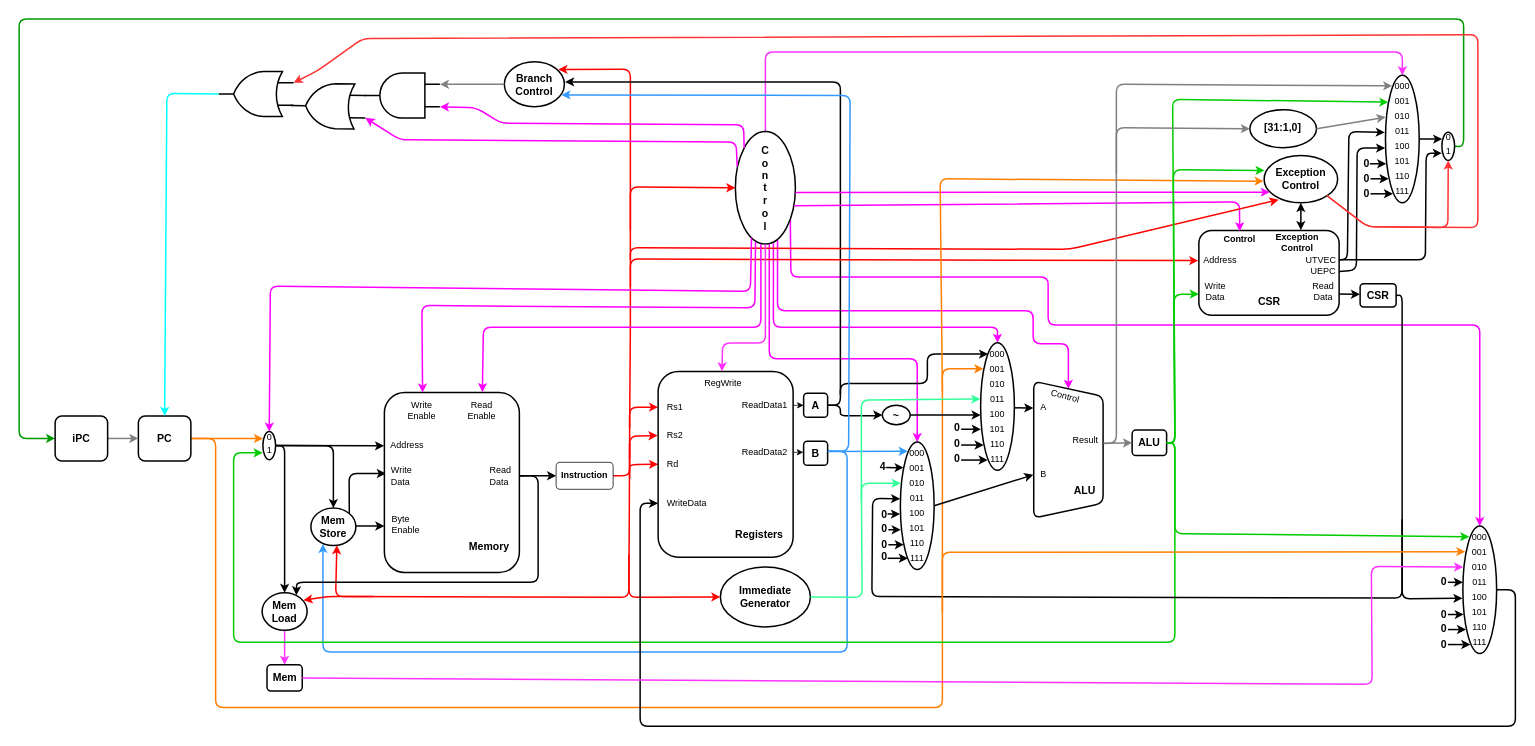
Above: page "RV32I e RV32IM" (1 of 2) of images/diagrams/multicycle.drawio in arthurbeggs/monografia (draw.io), before the change. Source tidied: cells renumbered, new cells numbered last; positions are measured from the earlier drawing's top-left corner, leaving out a move shared by most shapes. Both pictures are drawn from the tidied source at 75%, with x=0, y=0 at pixel (19, 19).
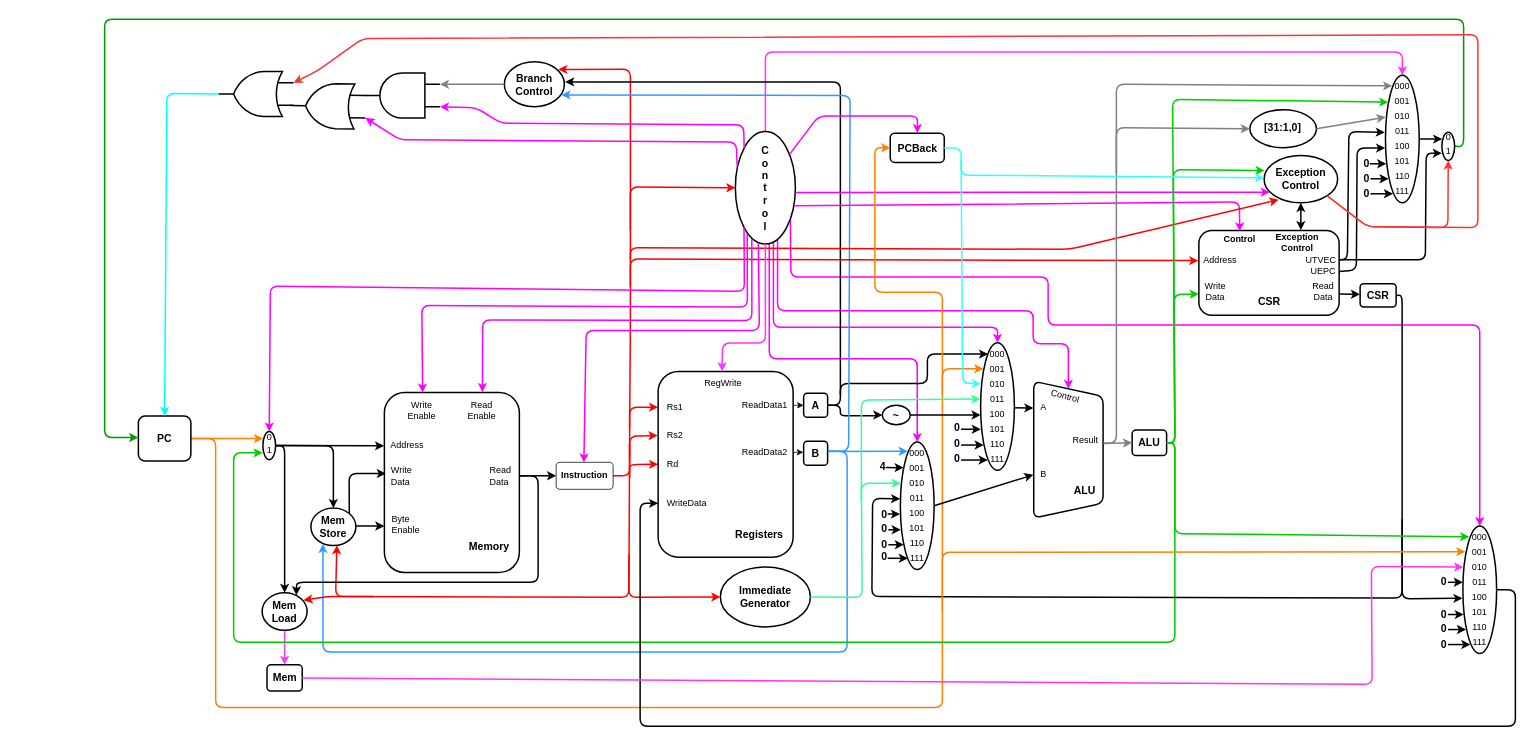
Above is the later version.

Unchanged cells that the change refers to:
```xml
<mxCell id="6" value="&lt;b&gt;&lt;font style=&quot;font-size: 14px&quot;&gt;PC&lt;/font&gt;&lt;/b&gt;" style="rounded=1;whiteSpace=wrap;html=1;strokeWidth=2;" parent="1" vertex="1">
  <mxGeometry x="159" y="529.1" width="70" height="60" as="geometry" />
</mxCell>
<mxCell id="15" value="&lt;font style=&quot;font-size: 14px&quot;&gt;&lt;b&gt;C&lt;br&gt;o&lt;br&gt;n&lt;br&gt;t&lt;br&gt;r&lt;br&gt;o&lt;br&gt;l&lt;br&gt;&lt;/b&gt;&lt;/font&gt;" style="ellipse;whiteSpace=wrap;html=1;strokeWidth=2;rotation=0;" parent="1" vertex="1">
  <mxGeometry x="955" y="149.9" width="80" height="150" as="geometry" />
</mxCell>
<mxCell id="105" value="&lt;b style=&quot;font-size: 14px&quot;&gt;Exception&lt;br&gt;Control&lt;/b&gt;" style="ellipse;whiteSpace=wrap;html=1;strokeWidth=2;" parent="1" vertex="1">
  <mxGeometry x="1660" y="181.9" width="98" height="63" as="geometry" />
</mxCell>
<mxCell id="110" style="ellipse;whiteSpace=wrap;html=1;strokeWidth=2;" parent="109" vertex="1">
  <mxGeometry width="17" height="37.5" as="geometry" />
</mxCell>
<mxCell id="117" style="rounded=1;whiteSpace=wrap;html=1;strokeWidth=2;align=left;" parent="116" vertex="1">
  <mxGeometry width="180" height="240" as="geometry" />
</mxCell>
<mxCell id="126" style="ellipse;whiteSpace=wrap;html=1;strokeWidth=2;" parent="125" vertex="1">
  <mxGeometry width="17" height="37.5" as="geometry" />
</mxCell>
<mxCell id="132" style="rounded=1;whiteSpace=wrap;html=1;" parent="131" vertex="1">
  <mxGeometry width="76" height="36" as="geometry" />
</mxCell>
```

What changed in the source:
```diff
@@
-    <mxCell id="82" style="edgeStyle=orthogonalEdgeStyle;rounded=1;jettySize=auto;html=1;strokeWidth=2;strokeColor=#009900;exitX=1;exitY=0.5;exitDx=0;exitDy=0;entryX=0;entryY=0.5;entryDx=0;entryDy=0;" parent="1" edge="1" source="110" target="202">
+    <mxCell id="82" style="edgeStyle=orthogonalEdgeStyle;rounded=1;jettySize=auto;html=1;strokeWidth=2;strokeColor=#009900;exitX=1;exitY=0.5;exitDx=0;exitDy=0;entryX=-0.004;entryY=0.479;entryDx=0;entryDy=0;entryPerimeter=0;" parent="1" edge="1" source="110" target="6">
       <mxGeometry relative="1" as="geometry">
         <Array as="points">
-          <mxPoint x="1926" y="169.9" />
-          <mxPoint x="1926" y="-0.1" />
-          <mxPoint y="-0.1" />
-          <mxPoint y="558.9" />
+          <mxPoint x="1926" y="170" />
+          <mxPoint x="1926" />
+          <mxPoint x="114" />
+          <mxPoint x="114" y="558" />
         </Array>
       </mxGeometry>
     </mxCell>
@@
-    <mxCell id="146" style="endArrow=classic;html=1;strokeWidth=2;strokeColor=#FF00FF;entryX=0.726;entryY=-0.002;entryDx=0;entryDy=0;entryPerimeter=0;exitX=0.425;exitY=1;exitDx=0;exitDy=0;exitPerimeter=0;" parent="1" edge="1" source="15" target="117">
+    <mxCell id="146" style="endArrow=classic;html=1;strokeWidth=2;strokeColor=#FF00FF;entryX=0.726;entryY=-0.002;entryDx=0;entryDy=0;entryPerimeter=0;exitX=0.274;exitY=0.953;exitDx=0;exitDy=0;exitPerimeter=0;" parent="1" edge="1" source="15" target="117">
       <mxGeometry relative="1" as="geometry">
         <Array as="points">
-          <mxPoint x="989" y="410.9" />
-          <mxPoint x="619" y="410.9" />
+          <mxPoint x="977" y="402" />
+          <mxPoint x="618" y="401" />
         </Array>
       </mxGeometry>
     </mxCell>
-    <mxCell id="147" style="endArrow=classic;html=1;strokeWidth=2;entryX=0.283;entryY=0;entryDx=0;entryDy=0;entryPerimeter=0;exitX=0.336;exitY=0.979;exitDx=0;exitDy=0;exitPerimeter=0;strokeColor=#FF00FF;" parent="1" edge="1" source="15" target="117">
+    <mxCell id="147" style="endArrow=classic;html=1;strokeWidth=2;entryX=0.283;entryY=0;entryDx=0;entryDy=0;entryPerimeter=0;exitX=0.197;exitY=0.904;exitDx=0;exitDy=0;exitPerimeter=0;strokeColor=#FF00FF;" parent="1" edge="1" source="15" target="117">
       <mxGeometry relative="1" as="geometry">
         <Array as="points">
-          <mxPoint x="981" y="384.9" />
+          <mxPoint x="971" y="384" />
           <mxPoint x="537" y="381.9" />
         </Array>
       </mxGeometry>
     </mxCell>
@@
-    <mxCell id="191" style="endArrow=classic;html=1;strokeWidth=2;strokeColor=#FF8000;entryX=-0.006;entryY=0.543;entryDx=0;entryDy=0;entryPerimeter=0;" parent="1" edge="1" target="105">
-      <mxGeometry relative="1" as="geometry">
-        <mxPoint x="1231" y="496.9" as="sourcePoint" />
-        <Array as="points">
-          <mxPoint x="1228" y="212.9" />
-        </Array>
-      </mxGeometry>
-    </mxCell>
@@
-    <mxCell id="201" style="edgeStyle=orthogonalEdgeStyle;rounded=0;jettySize=auto;html=1;entryX=0;entryY=0.5;entryDx=0;entryDy=0;strokeColor=#808080;strokeWidth=2;" parent="1" edge="1" source="202" target="6">
-      <mxGeometry relative="1" as="geometry" />
-    </mxCell>
-    <mxCell id="202" value="&lt;b&gt;&lt;font style=&quot;font-size: 14px&quot;&gt;iPC&lt;/font&gt;&lt;/b&gt;" style="rounded=1;whiteSpace=wrap;html=1;strokeWidth=2;" parent="1" vertex="1">
-      <mxGeometry x="48" y="529.1" width="70" height="60" as="geometry" />
-    </mxCell>
@@
-    <mxCell id="215" style="endArrow=classic;html=1;strokeColor=#FF00FF;strokeWidth=2;exitX=0.269;exitY=0.945;exitDx=0;exitDy=0;exitPerimeter=0;entryX=0.5;entryY=0;entryDx=0;entryDy=0;" parent="1" edge="1" source="15" target="126">
+    <mxCell id="215" style="endArrow=classic;html=1;strokeColor=#FF00FF;strokeWidth=2;exitX=0;exitY=1;exitDx=0;exitDy=0;entryX=0.5;entryY=0;entryDx=0;entryDy=0;" parent="1" edge="1" source="15" target="126">
       <mxGeometry relative="1" as="geometry">
         <Array as="points">
-          <mxPoint x="975" y="362.9" />
+          <mxPoint x="967" y="363" />
           <mxPoint x="335" y="355.9" />
         </Array>
       </mxGeometry>
     </mxCell>
+    <mxCell id="216" style="endArrow=classic;html=1;strokeWidth=2;strokeColor=#FF00FF;entryX=0.487;entryY=0.004;entryDx=0;entryDy=0;entryPerimeter=0;exitX=0.383;exitY=0.994;exitDx=0;exitDy=0;exitPerimeter=0;" parent="1" edge="1" source="15" target="132">
+      <mxGeometry relative="1" as="geometry">
+        <Array as="points">
+          <mxPoint x="987" y="415" />
+          <mxPoint x="756" y="415" />
+        </Array>
+      </mxGeometry>
+    </mxCell>
+    <mxCell id="217" value="&lt;b&gt;&lt;font style=&quot;font-size: 14px&quot;&gt;PCBack&lt;/font&gt;&lt;/b&gt;" style="rounded=1;whiteSpace=wrap;html=1;strokeWidth=2;" parent="1" vertex="1">
+      <mxGeometry x="1161.5" y="152" width="72" height="39" as="geometry" />
+    </mxCell>
+    <mxCell id="218" style="endArrow=classic;html=1;strokeColor=#FF00FF;strokeWidth=2;entryX=0.5;entryY=0;entryDx=0;entryDy=0;" parent="1" edge="1" target="217">
+      <mxGeometry relative="1" as="geometry">
+        <mxPoint x="1027.7" y="179.7" as="sourcePoint" />
+        <Array as="points">
+          <mxPoint x="1066" y="129" />
+          <mxPoint x="1198" y="129" />
+        </Array>
+      </mxGeometry>
+    </mxCell>
+    <mxCell id="219" style="edgeStyle=orthogonalEdgeStyle;rounded=1;jettySize=auto;html=1;strokeWidth=2;entryX=0;entryY=0.5;entryDx=0;entryDy=0;strokeColor=#FF8000;" parent="1" edge="1" target="217">
+      <mxGeometry relative="1" as="geometry">
+        <mxPoint x="1231" y="500" as="sourcePoint" />
+        <Array as="points">
+          <mxPoint x="1231" y="364" />
+          <mxPoint x="1141" y="364" />
+          <mxPoint x="1141" y="172" />
+        </Array>
+      </mxGeometry>
+    </mxCell>
+    <mxCell id="220" style="endArrow=classic;html=1;strokeColor=#33FFFF;strokeWidth=2;entryX=0.008;entryY=0.333;entryDx=0;entryDy=0;entryPerimeter=0;" parent="1" edge="1">
+      <mxGeometry relative="1" as="geometry">
+        <mxPoint x="1256" y="188" as="sourcePoint" />
+        <mxPoint x="1282.4" y="486.4" as="targetPoint" />
+        <Array as="points">
+          <mxPoint x="1258" y="485" />
+        </Array>
+      </mxGeometry>
+    </mxCell>
+    <mxCell id="221" style="endArrow=classic;html=1;strokeColor=#33FFFF;exitX=1;exitY=0.5;exitDx=0;exitDy=0;entryX=0;entryY=0.5;entryDx=0;entryDy=0;strokeWidth=2;" parent="1" edge="1" source="217">
+      <mxGeometry relative="1" as="geometry">
+        <mxPoint x="1660" y="211.5" as="targetPoint" />
+        <Array as="points">
+          <mxPoint x="1256" y="172" />
+          <mxPoint x="1256" y="208" />
+        </Array>
+      </mxGeometry>
+    </mxCell>
```
